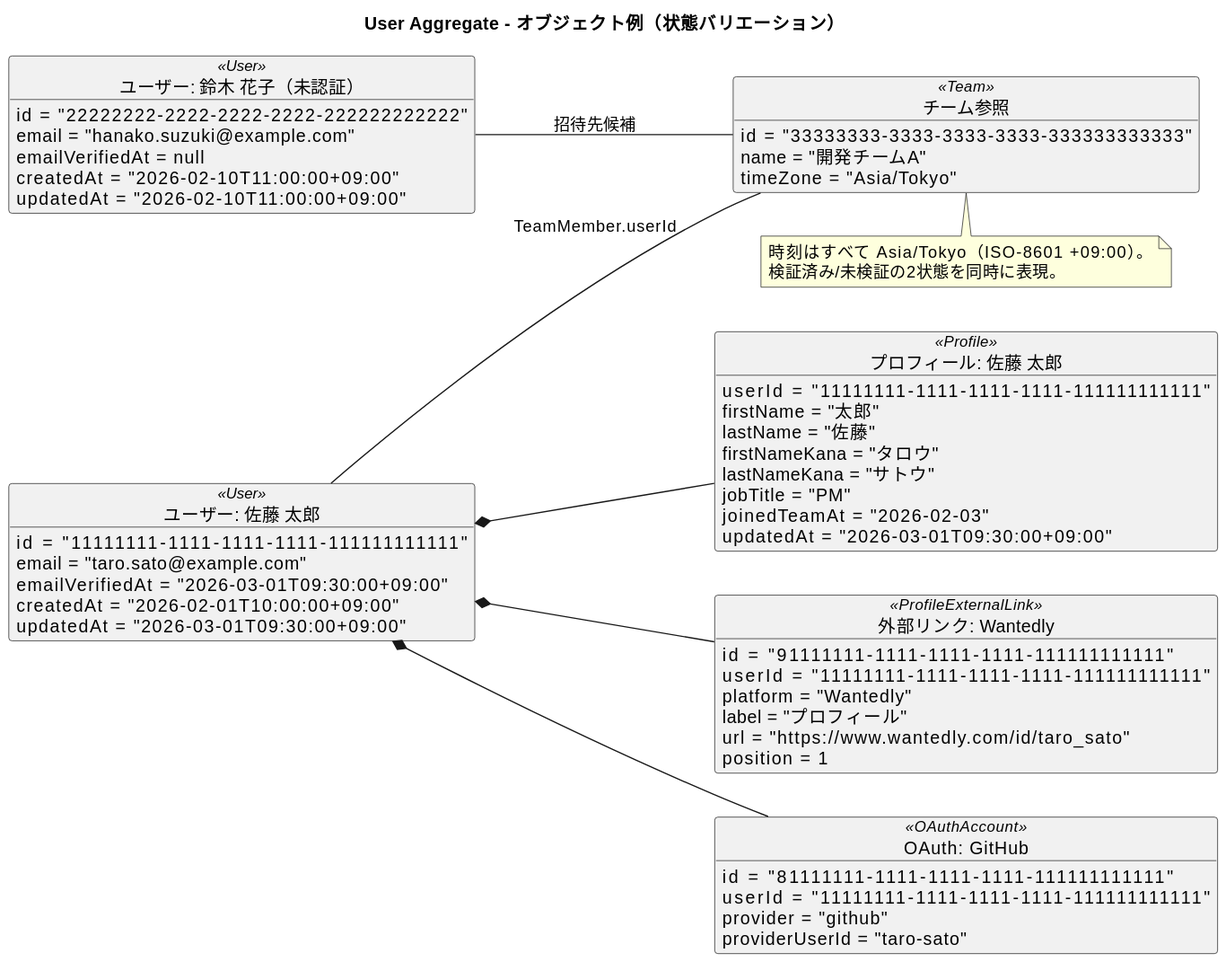
Bonbooon/teamdev-2026 keeps this PlantUML diagram as docs/generated-diagrams/object-examples/user-aggregate-object-example.svg. Above is the earlier version.
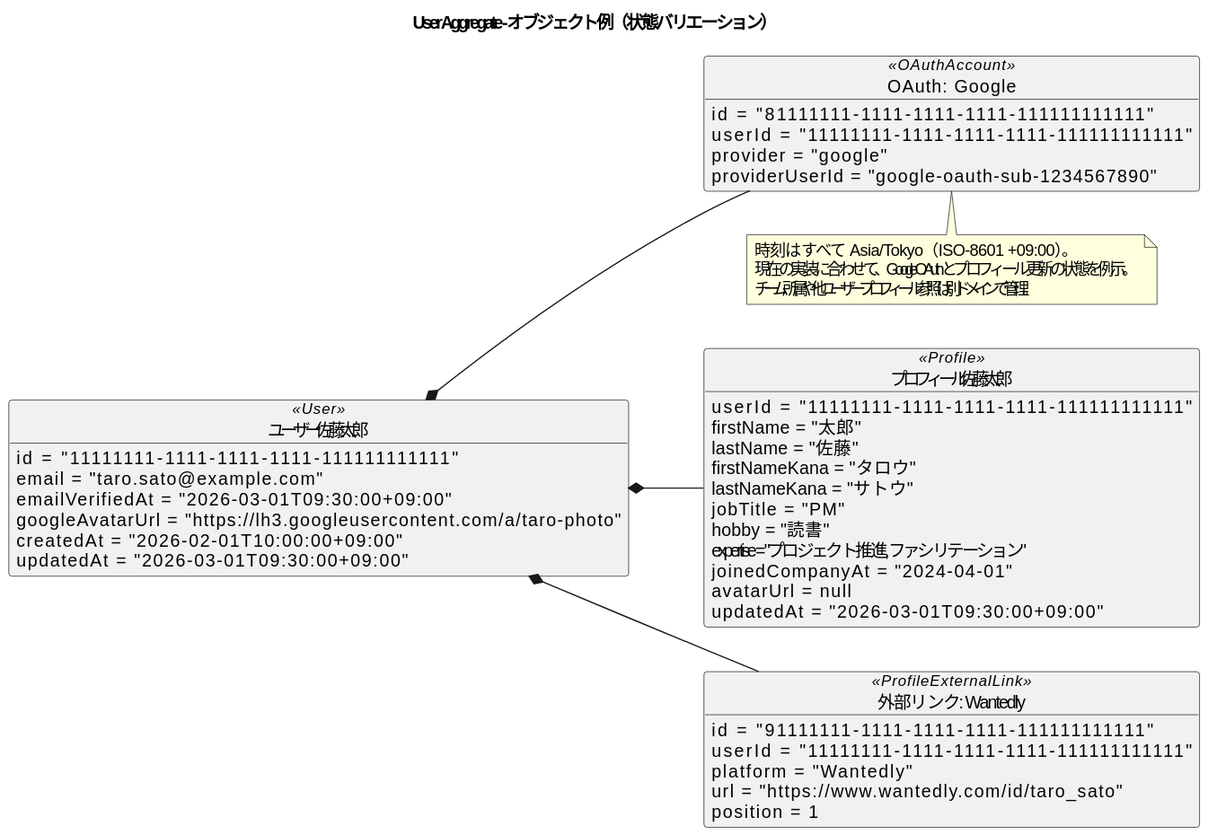
The same diagram one commit later.

What changed in the source:
```diff
@@ -9,6 +9,7 @@
   id = "11111111-1111-1111-1111-111111111111"
   email = "taro.sato@example.com"
   emailVerifiedAt = "2026-03-01T09:30:00+09:00"
+  googleAvatarUrl = "https://lh3.googleusercontent.com/a/taro-photo"
   createdAt = "2026-02-01T10:00:00+09:00"
   updatedAt = "2026-03-01T09:30:00+09:00"
 }
@@ -20,7 +21,10 @@
   firstNameKana = "タロウ"
   lastNameKana = "サトウ"
   jobTitle = "PM"
-  joinedTeamAt = "2026-02-03"
+  hobby = "読書"
+  expertise = "プロジェクト推進, ファシリテーション"
+  joinedCompanyAt = "2024-04-01"
+  avatarUrl = null
   updatedAt = "2026-03-01T09:30:00+09:00"
 }
 
@@ -28,41 +32,24 @@
   id = "91111111-1111-1111-1111-111111111111"
   userId = "11111111-1111-1111-1111-111111111111"
   platform = "Wantedly"
-  label = "プロフィール"
   url = "https://www.wantedly.com/id/taro_sato"
   position = 1
 }
 
-object "OAuth: GitHub" as oauth_github <<OAuthAccount>> {
+object "OAuth: Google" as oauth_google <<OAuthAccount>> {
   id = "81111111-1111-1111-1111-111111111111"
   userId = "11111111-1111-1111-1111-111111111111"
-  provider = "github"
-  providerUserId = "taro-sato"
-}
-
-object "ユーザー: 鈴木 花子（未認証）" as user_unverified <<User>> {
-  id = "22222222-2222-2222-2222-222222222222"
-  email = "hanako.suzuki@example.com"
-  emailVerifiedAt = null
-  createdAt = "2026-02-10T11:00:00+09:00"
-  updatedAt = "2026-02-10T11:00:00+09:00"
-}
-
-object "チーム参照" as team_ref <<Team>> {
-  id = "33333333-3333-3333-3333-333333333333"
-  name = "開発チームA"
-  timeZone = "Asia/Tokyo"
+  provider = "google"
+  providerUserId = "google-oauth-sub-1234567890"
 }
 
 user_verified *-- profile_taro
 user_verified *-- ext_wantedly
-user_verified *-- oauth_github
-
-user_verified -- team_ref : TeamMember.userId
-user_unverified -- team_ref : 招待先候補
+user_verified *-- oauth_google
 
 note bottom
 時刻はすべて Asia/Tokyo（ISO-8601 +09:00）。
-検証済み/未検証の2状態を同時に表現。
+現在の実装に合わせて、Google OAuth とプロフィール更新の状態を例示。
+チーム所属や他ユーザープロフィール参照は別ドメインで管理。
 end note
 @enduml
```
